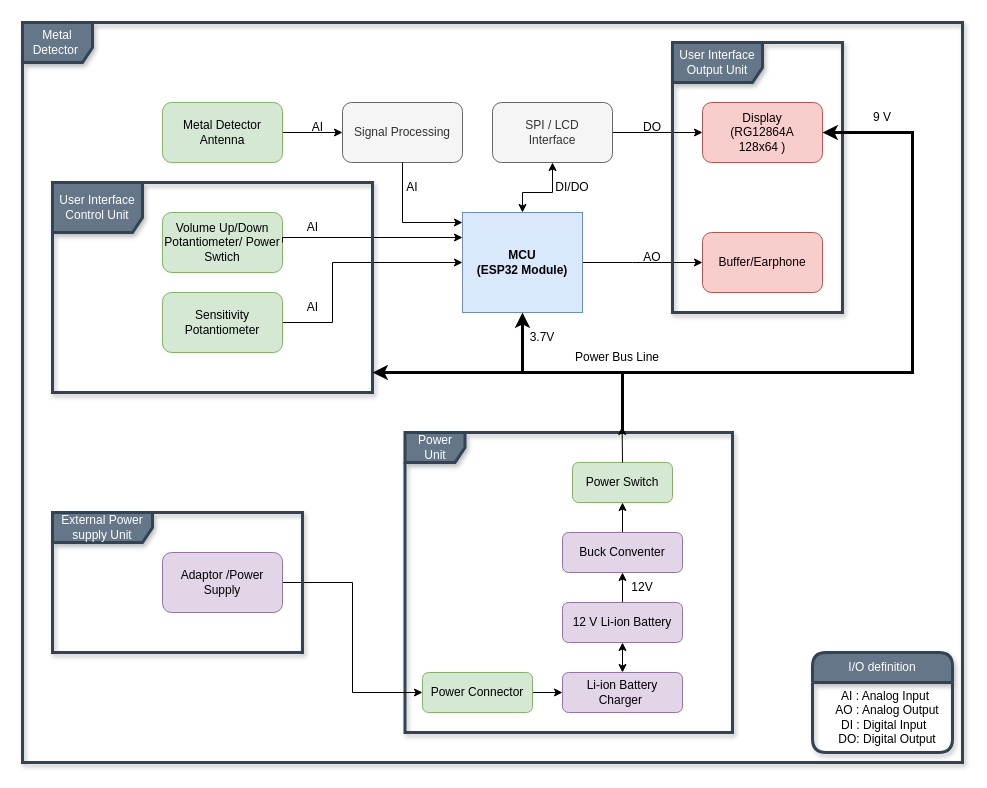
Before: Metal Dedektör.drawio in metevs09/Metal_Dedector, a draw.io diagram. Source tidied: cells renumbered, new cells numbered last; positions are measured from the earlier drawing's top-left corner, leaving out a move shared by most shapes. Both pictures are drawn from the tidied source at 100%, with x=0, y=0 at pixel (22, 22).
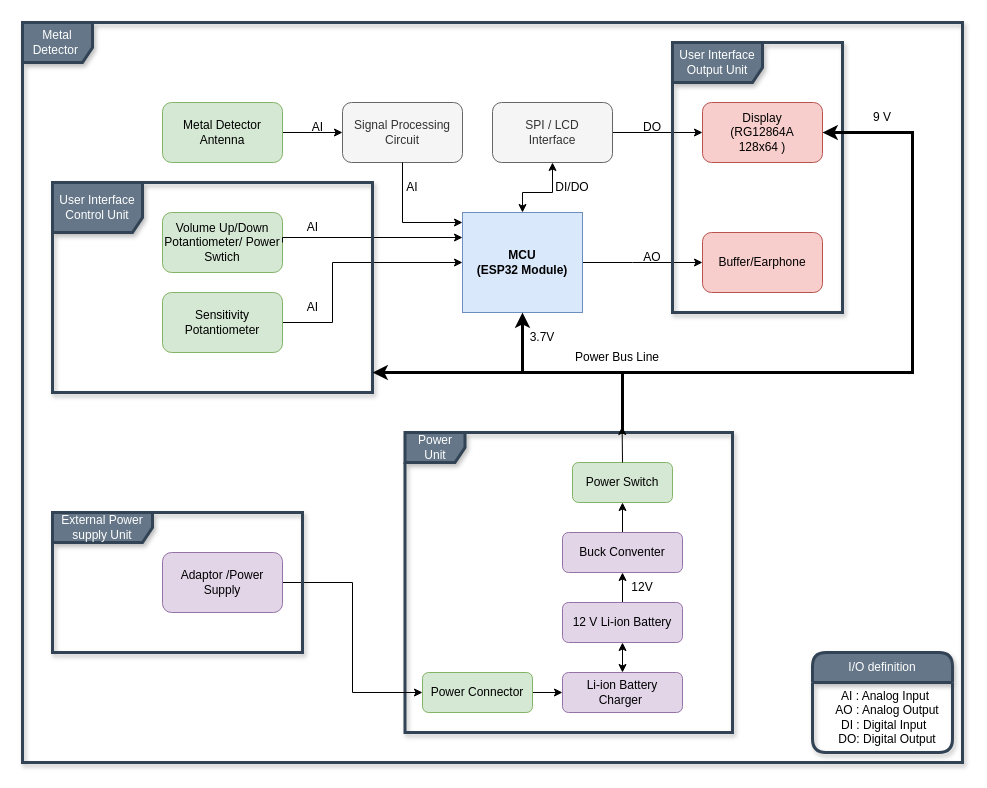
The same diagram, later.

What changed in the source:
```diff
@@
-    <mxCell id="25" value="Signal Processing" style="rounded=1;whiteSpace=wrap;html=1;fillColor=#f5f5f5;fontColor=#333333;strokeColor=#666666;" parent="1" vertex="1">
+    <mxCell id="25" value="Signal Processing&lt;br&gt;Circuit" style="rounded=1;whiteSpace=wrap;html=1;fillColor=#f5f5f5;fontColor=#333333;strokeColor=#666666;" parent="1" vertex="1">
       <mxGeometry x="320" y="80" width="120" height="60" as="geometry" />
     </mxCell>
```
